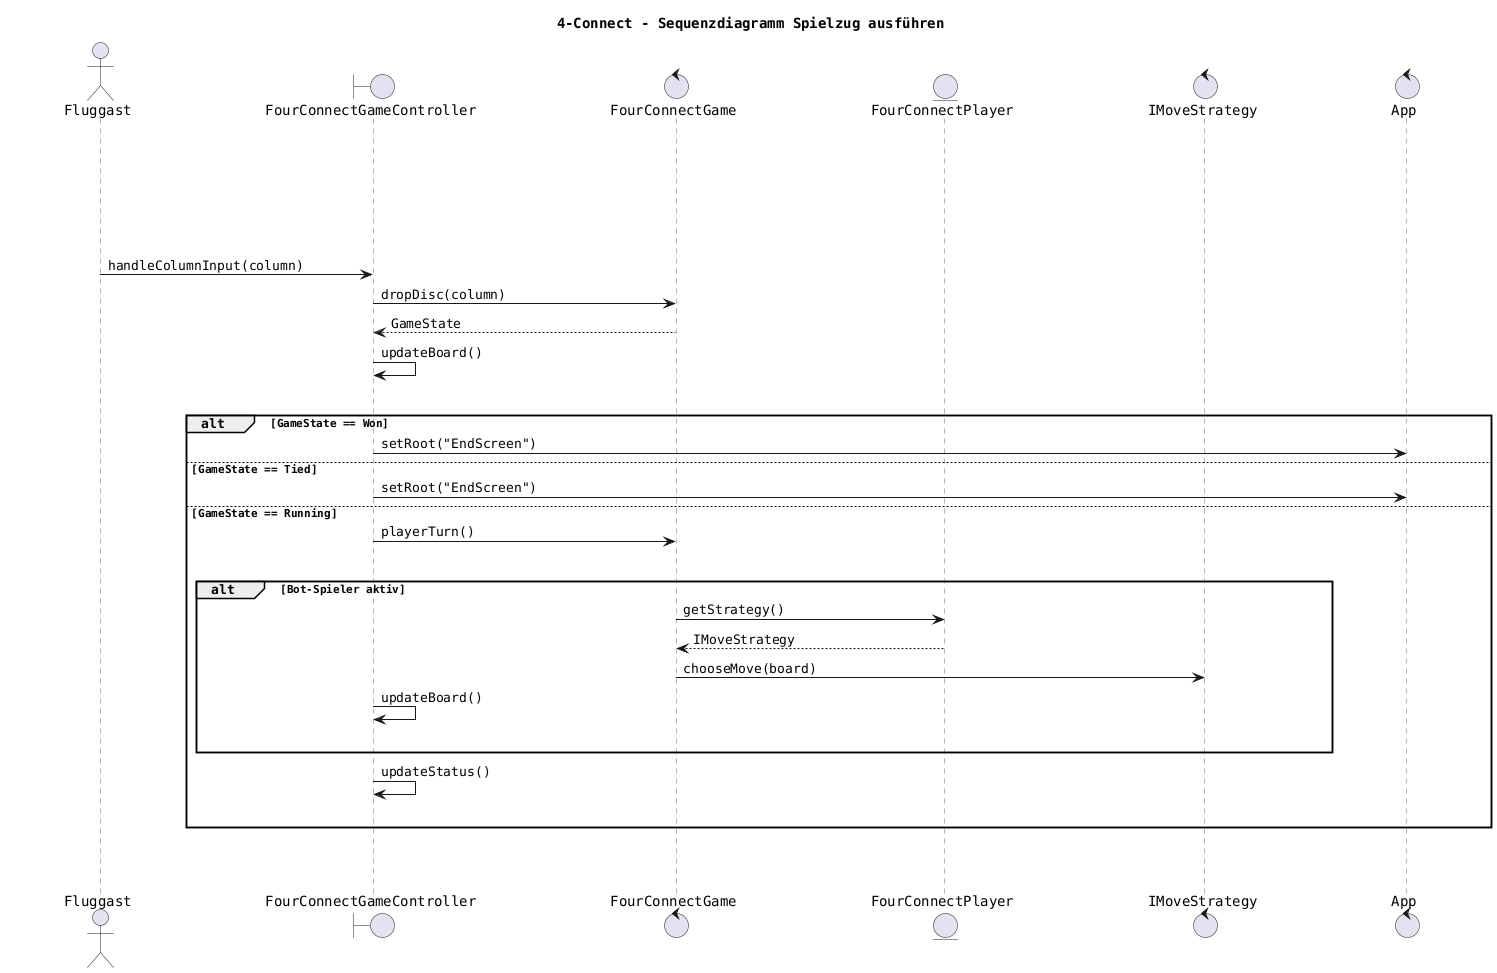
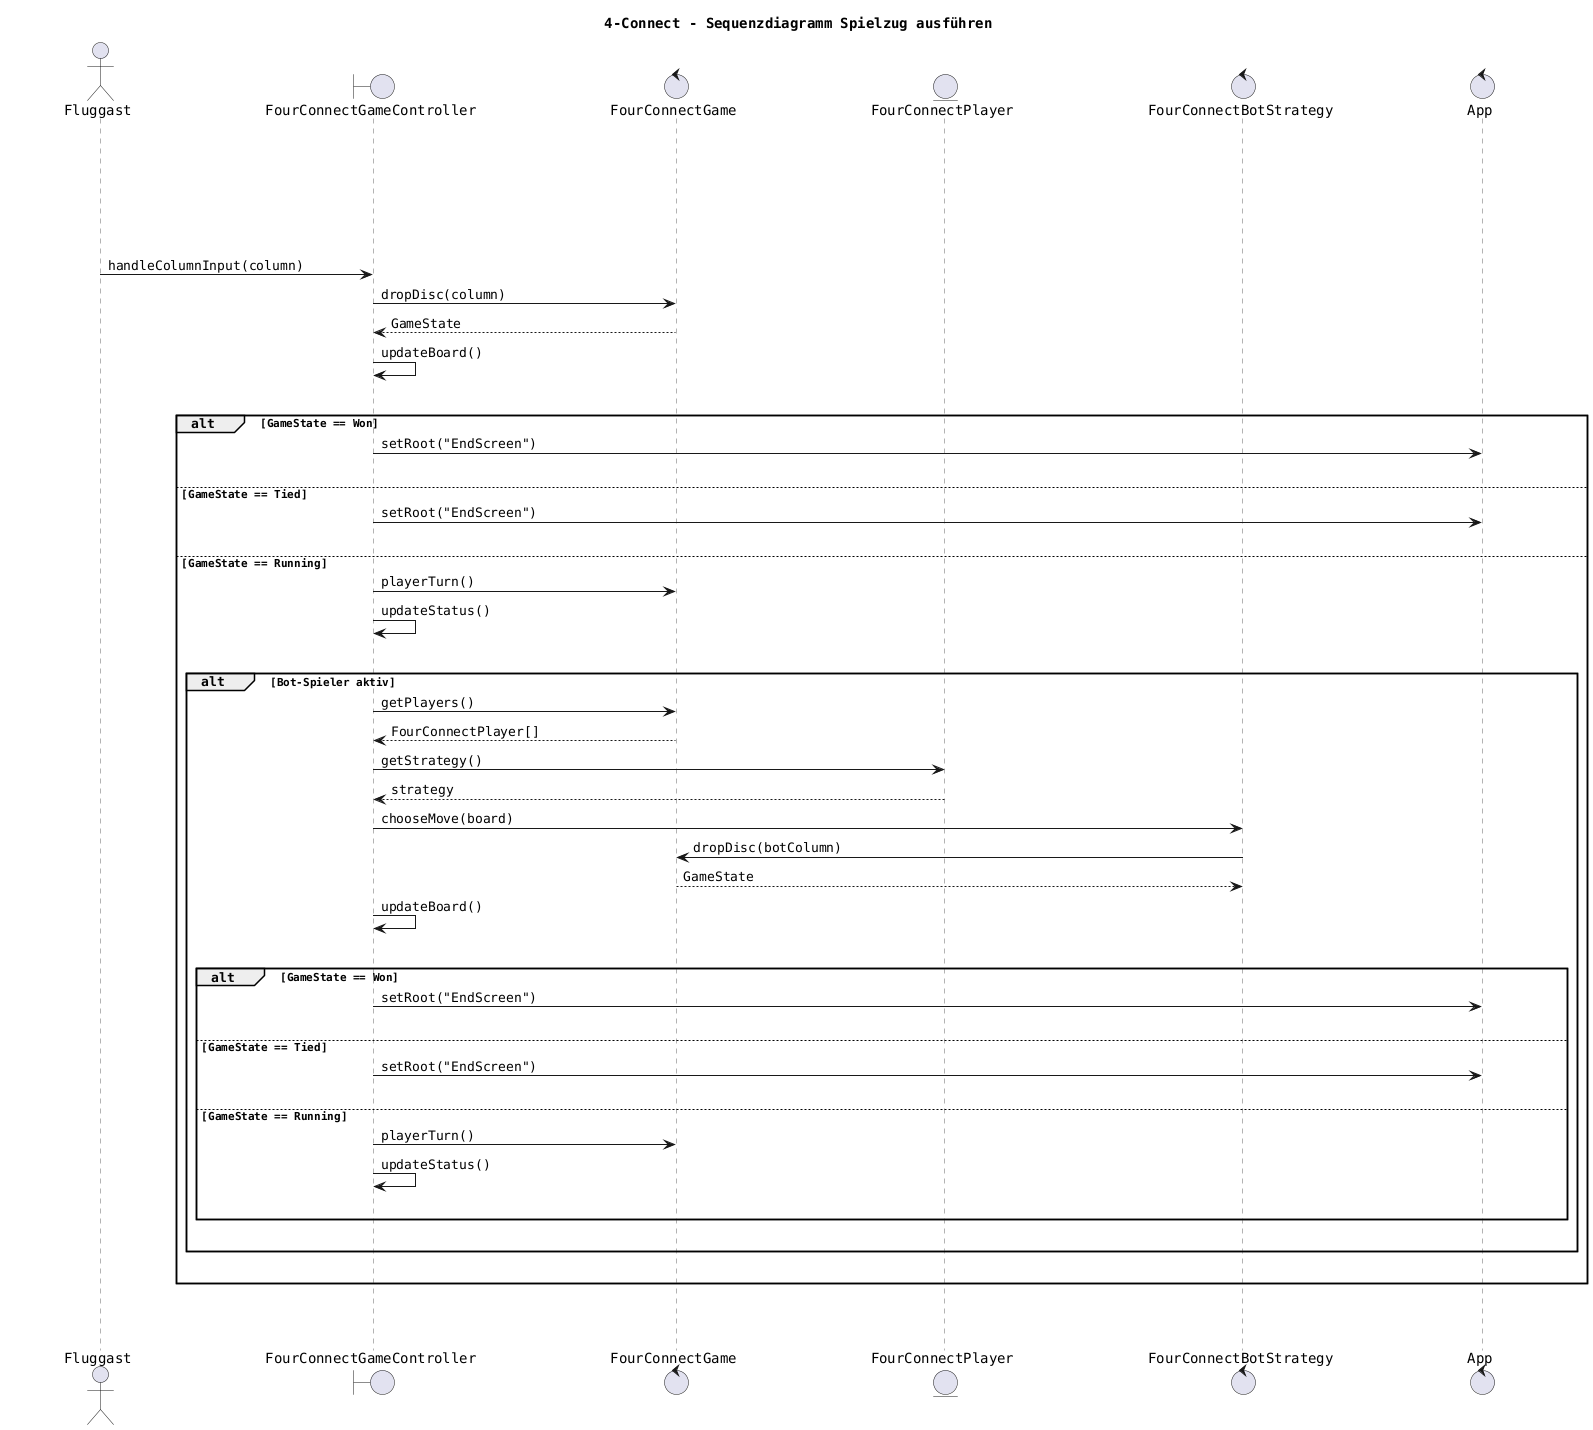
@startuml
title 4-Connect – Sequenzdiagramm Spielzug ausführen

skinparam defaultFontName Monospaced
skinparam ParticipantPadding 80
skinparam BoxPadding 50

skinparam SequenceLifeLineBorderColor #666666
skinparam SequenceLifeLineBackgroundColor transparent
skinparam SequenceArrowThickness 1

skinparam ResponseMessageBelowArrow true

actor "       Fluggast       " as Fluggast
|||
boundary "       FourConnectGameController       " as Controller
|||
control "       FourConnectGame       " as Game
|||
entity "       FourConnectPlayer       " as Player
|||
- control "       IMoveStrategy       " as Strategy
+ control "       FourConnectBotStrategy       " as Strategy
|||
control "       App       " as App

Fluggast -> Controller : handleColumnInput(column)

Controller -> Game : dropDisc(column)
Game --> Controller : GameState

Controller -> Controller : updateBoard()
|||

alt GameState == Won
  Controller -> App : setRoot("EndScreen")
- 
+ |||
else GameState == Tied
  Controller -> App : setRoot("EndScreen")
- 
+ |||
else GameState == Running
- 
  Controller -> Game : playerTurn()
+   Controller -> Controller : updateStatus()
|||

  alt Bot-Spieler aktiv

-     Game -> Player : getStrategy()
-     Player --> Game : IMoveStrategy
+     Controller -> Game : getPlayers()
+     Game --> Controller : FourConnectPlayer[]

-     Game -> Strategy : chooseMove(board)
+     Controller -> Player : getStrategy()
+     Player --> Controller : strategy
+ 
+     Controller -> Strategy : chooseMove(board)
+     Strategy -> Game : dropDisc(botColumn)
+     Game --> Strategy : GameState

    Controller -> Controller : updateBoard()
- |||
- 
+     |||
+     alt GameState == Won
+       Controller -> App : setRoot("EndScreen")
+     |||
+     else GameState == Tied
+       Controller -> App : setRoot("EndScreen")
+     |||
+     else GameState == Running
+       Controller -> Game : playerTurn()
+       Controller -> Controller : updateStatus()
+       |||
+     end
+     |||
  end
- 
-   Controller -> Controller : updateStatus()
- |||
- 
+   |||
end
|||
|||

@enduml
